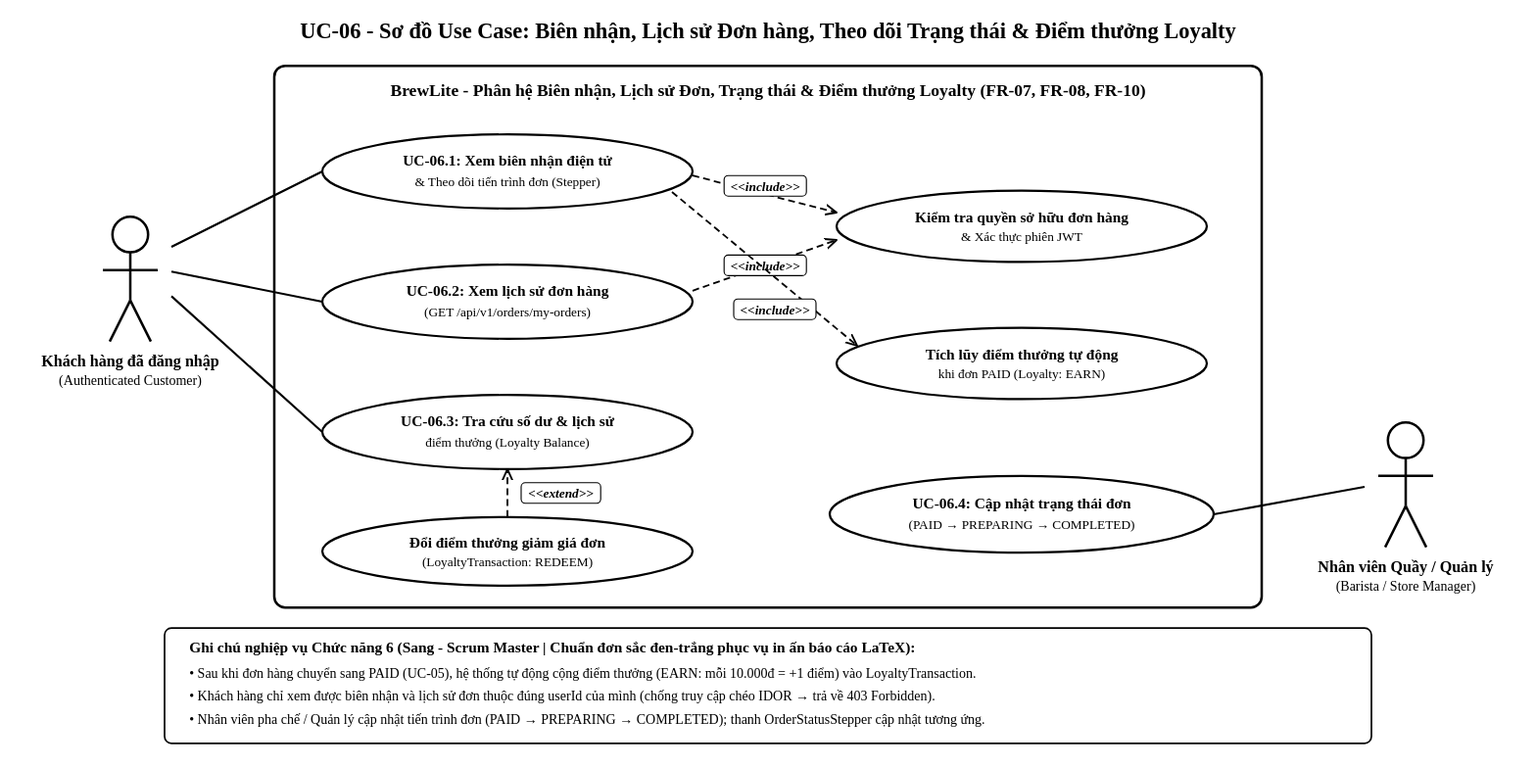
Earlier version of the PlantUML export docs/diagrams/uc-06-history-loyalty.svg (SamuiSang/brewlite2). Its source is kept beside it as docs/diagrams/uc-06-history-loyalty.puml.
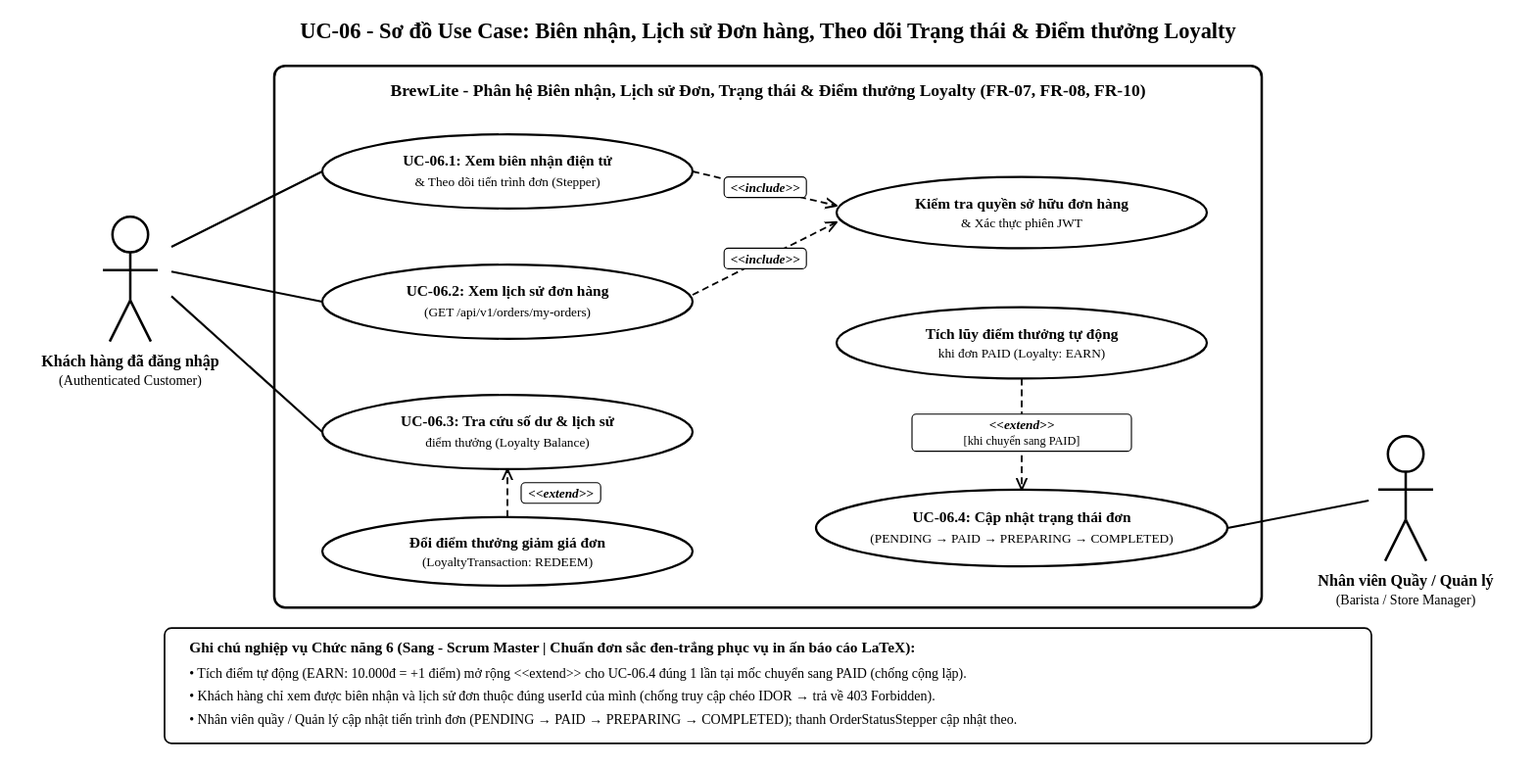
Later version of the same file.

Diff of the diagram source:
```diff
@@ -37,7 +37,7 @@
     usecase "UC-06.1: Xem biên nhận điện tử &\nTheo dõi tiến trình trạng thái đơn hàng\n(OrderStatusStepper)" as UC_ReceiptTrack
     usecase "UC-06.2: Tra cứu danh sách\nlịch sử đơn hàng cá nhân\n(GET /api/v1/orders/my-orders)" as UC_OrderHistory
     usecase "UC-06.3: Tra cứu số dư &\nlịch sử biến động điểm thưởng\n(GET /api/v1/loyalty/balance)" as UC_LoyaltyHistory
-    usecase "UC-06.4: Cập nhật trạng thái\nchế biến & hoàn tất đơn hàng\n(PAID -> PREPARING -> COMPLETED)" as UC_UpdateStatus
+    usecase "UC-06.4: Cập nhật trạng thái\nchế biến & hoàn tất đơn hàng\n(PENDING -> PAID -> PREPARING -> COMPLETED)" as UC_UpdateStatus
 
     usecase "Tích lũy điểm thưởng tự động\nkhi đơn hàng chuyển sang PAID\n(LoyaltyTransaction: EARN)" as UC_EarnPoints
     usecase "Sử dụng điểm thưởng\nđể giảm giá đơn hàng\n(LoyaltyTransaction: REDEEM)" as UC_RedeemPoints
@@ -52,7 +52,7 @@
 
 UC_ReceiptTrack .right.> UC_VerifyOwner : <<include>>
 UC_OrderHistory .right.> UC_VerifyOwner : <<include>>
-UC_UpdateStatus .up.> UC_EarnPoints : <<include>>
+UC_EarnPoints .down.> UC_UpdateStatus : <<extend>>\n[khi chuyển sang PAID]
 UC_RedeemPoints .up.> UC_LoyaltyHistory : <<extend>>
 
 @enduml
```
